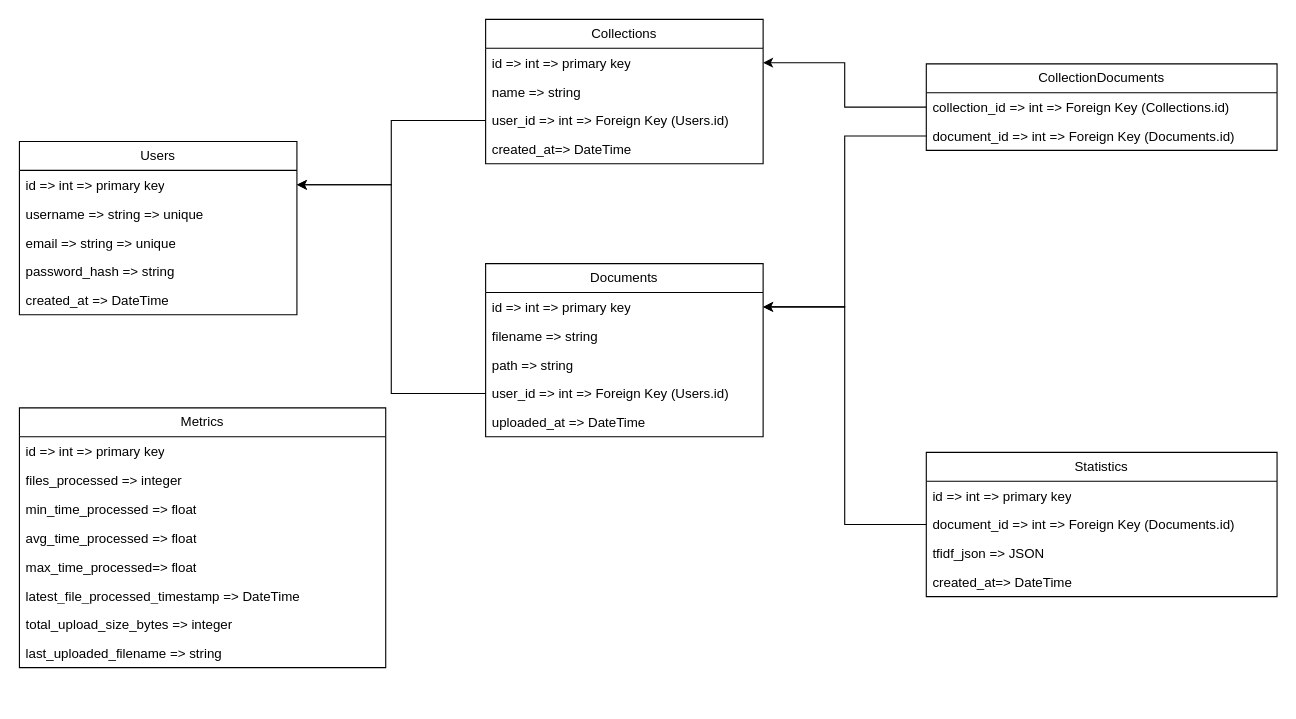
Azizbek-3D-Developer/East_Games_Projects keeps this draw.io diagram as EntranceTask/TF-IDF/db_schema/Db_Schema.drawio. Above is the earlier version. Source tidied: cells renumbered, new cells numbered last; positions are measured from the earlier drawing's top-left corner, leaving out a move shared by most shapes. Both pictures are drawn from the tidied source at 111%, with x=0, y=0 at pixel (19, 19).
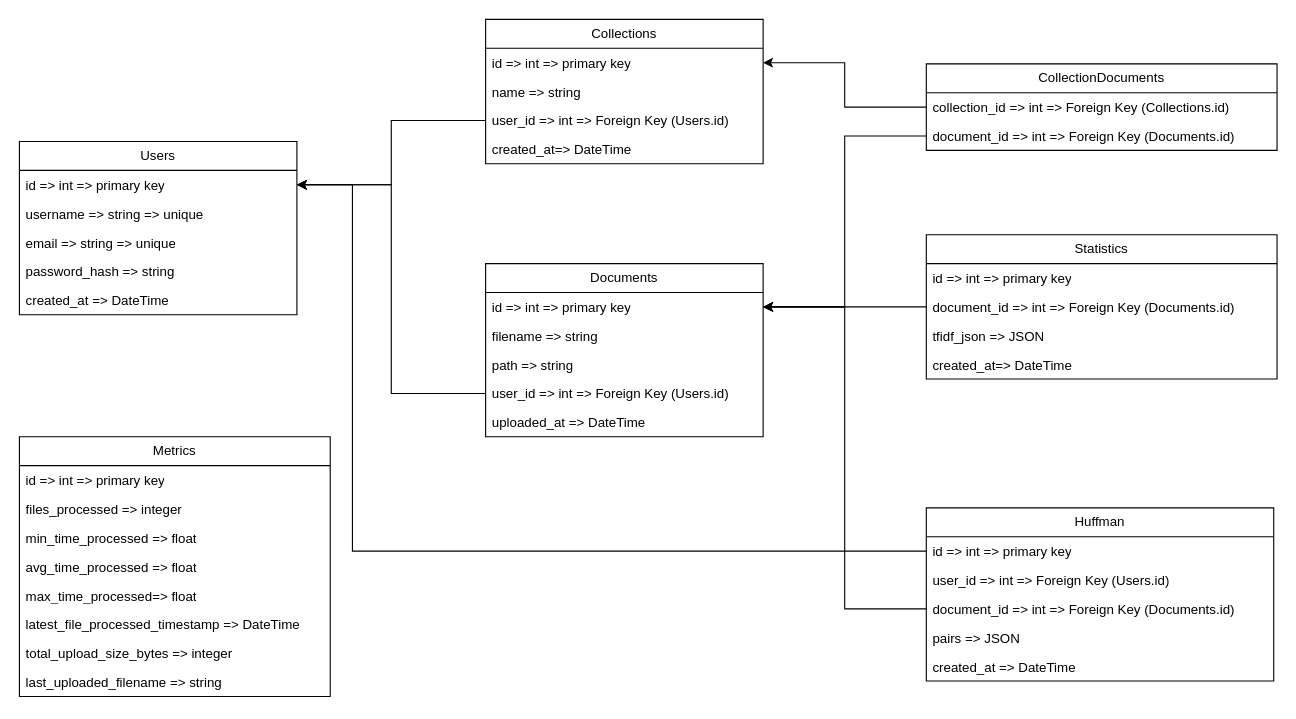
After the change.

The change refers to these unchanged cells:
```xml
<mxCell id="3" value="id =&amp;gt; int =&amp;gt; primary key" style="text;strokeColor=none;fillColor=none;align=left;verticalAlign=top;spacingLeft=4;spacingRight=4;overflow=hidden;points=[[0,0.5],[1,0.5]];portConstraint=eastwest;whiteSpace=wrap;html=1;" parent="2" vertex="1">
  <mxGeometry y="26" width="250" height="26" as="geometry" />
</mxCell>
<mxCell id="9" value="id =&amp;gt; int =&amp;gt; primary key" style="text;strokeColor=none;fillColor=none;align=left;verticalAlign=top;spacingLeft=4;spacingRight=4;overflow=hidden;points=[[0,0.5],[1,0.5]];portConstraint=eastwest;whiteSpace=wrap;html=1;" parent="8" vertex="1">
  <mxGeometry y="26" width="250" height="26" as="geometry" />
</mxCell>
```

What changed in the source:
```diff
@@
     <mxCell id="19" value="Statistics" style="swimlane;fontStyle=0;horizontal=1;startSize=26;fillColor=none;whiteSpace=wrap;html=1;" parent="1" vertex="1">
-      <mxGeometry x="817" y="390" width="316" height="130" as="geometry" />
+      <mxGeometry x="817" y="194" width="316" height="130" as="geometry" />
     </mxCell>
@@
     <mxCell id="32" value="Metrics" style="swimlane;fontStyle=0;horizontal=1;startSize=26;fillColor=none;whiteSpace=wrap;html=1;" parent="1" vertex="1">
-      <mxGeometry y="350" width="330" height="234" as="geometry" />
+      <mxGeometry y="376" width="280" height="234" as="geometry" />
     </mxCell>
     <mxCell id="33" value="id =&amp;gt; int =&amp;gt; primary key" style="text;strokeColor=none;fillColor=none;align=left;verticalAlign=top;spacingLeft=4;spacingRight=4;overflow=hidden;whiteSpace=wrap;html=1;" parent="32" vertex="1">
-      <mxGeometry y="26" width="330" height="26" as="geometry" />
+      <mxGeometry y="26" width="280" height="26" as="geometry" />
     </mxCell>
     <mxCell id="34" value="files_processed =&amp;gt; integer" style="text;strokeColor=none;fillColor=none;align=left;verticalAlign=top;spacingLeft=4;spacingRight=4;overflow=hidden;whiteSpace=wrap;html=1;" parent="32" vertex="1">
-      <mxGeometry y="52" width="330" height="26" as="geometry" />
+      <mxGeometry y="52" width="280" height="26" as="geometry" />
     </mxCell>
     <mxCell id="35" value="min_time_processed =&amp;gt; float" style="text;strokeColor=none;fillColor=none;align=left;verticalAlign=top;spacingLeft=4;spacingRight=4;overflow=hidden;whiteSpace=wrap;html=1;" parent="32" vertex="1">
-      <mxGeometry y="78" width="330" height="26" as="geometry" />
+      <mxGeometry y="78" width="280" height="26" as="geometry" />
     </mxCell>
     <mxCell id="36" value="avg_time_processed =&amp;gt; float" style="text;strokeColor=none;fillColor=none;align=left;verticalAlign=top;spacingLeft=4;spacingRight=4;overflow=hidden;whiteSpace=wrap;html=1;" parent="32" vertex="1">
-      <mxGeometry y="104" width="330" height="26" as="geometry" />
+      <mxGeometry y="104" width="280" height="26" as="geometry" />
     </mxCell>
     <mxCell id="37" value="max_time_processed=&amp;gt; float" style="text;strokeColor=none;fillColor=none;align=left;verticalAlign=top;spacingLeft=4;spacingRight=4;overflow=hidden;whiteSpace=wrap;html=1;" parent="32" vertex="1">
-      <mxGeometry y="130" width="330" height="26" as="geometry" />
+      <mxGeometry y="130" width="280" height="26" as="geometry" />
     </mxCell>
     <mxCell id="38" value="latest_file_processed_timestamp&amp;nbsp;=&amp;gt; DateTime" style="text;strokeColor=none;fillColor=none;align=left;verticalAlign=top;spacingLeft=4;spacingRight=4;overflow=hidden;whiteSpace=wrap;html=1;" parent="32" vertex="1">
-      <mxGeometry y="156" width="330" height="26" as="geometry" />
+      <mxGeometry y="156" width="280" height="26" as="geometry" />
     </mxCell>
     <mxCell id="39" value="total_upload_size_bytes =&amp;gt; integer" style="text;strokeColor=none;fillColor=none;align=left;verticalAlign=top;spacingLeft=4;spacingRight=4;overflow=hidden;whiteSpace=wrap;html=1;" parent="32" vertex="1">
-      <mxGeometry y="182" width="330" height="26" as="geometry" />
+      <mxGeometry y="182" width="280" height="26" as="geometry" />
     </mxCell>
     <mxCell id="40" value="last_uploaded_filename =&amp;gt; string" style="text;strokeColor=none;fillColor=none;align=left;verticalAlign=top;spacingLeft=4;spacingRight=4;overflow=hidden;whiteSpace=wrap;html=1;" parent="32" vertex="1">
-      <mxGeometry y="208" width="330" height="26" as="geometry" />
+      <mxGeometry y="208" width="280" height="26" as="geometry" />
     </mxCell>
+    <mxCell id="41" value="Huffman" style="swimlane;fontStyle=0;horizontal=1;startSize=26;fillColor=none;whiteSpace=wrap;html=1;" parent="1" vertex="1">
+      <mxGeometry x="817" y="440" width="313" height="156" as="geometry" />
+    </mxCell>
+    <mxCell id="42" value="id =&amp;gt; int =&amp;gt; primary key" style="text;strokeColor=none;fillColor=none;align=left;verticalAlign=top;spacingLeft=4;spacingRight=4;overflow=hidden;points=[[0,0.5],[1,0.5]];portConstraint=eastwest;whiteSpace=wrap;html=1;" parent="41" vertex="1">
+      <mxGeometry y="26" width="313" height="26" as="geometry" />
+    </mxCell>
+    <mxCell id="43" value="user_id =&amp;gt; int =&amp;gt; Foreign Key (Users.id)" style="text;strokeColor=none;fillColor=none;align=left;verticalAlign=top;spacingLeft=4;spacingRight=4;overflow=hidden;whiteSpace=wrap;html=1;" parent="41" vertex="1">
+      <mxGeometry y="52" width="313" height="26" as="geometry" />
+    </mxCell>
+    <mxCell id="44" value="document_id =&amp;gt; int =&amp;gt; Foreign Key (Documents.id)" style="text;strokeColor=none;fillColor=none;align=left;verticalAlign=top;spacingLeft=4;spacingRight=4;overflow=hidden;points=[[0,0.5],[1,0.5]];portConstraint=eastwest;whiteSpace=wrap;html=1;" parent="41" vertex="1">
+      <mxGeometry y="78" width="313" height="26" as="geometry" />
+    </mxCell>
+    <mxCell id="45" value="pairs =&amp;gt; JSON" style="text;strokeColor=none;fillColor=none;align=left;verticalAlign=top;spacingLeft=4;spacingRight=4;overflow=hidden;whiteSpace=wrap;html=1;" parent="41" vertex="1">
+      <mxGeometry y="104" width="313" height="26" as="geometry" />
+    </mxCell>
+    <mxCell id="46" value="created_at =&amp;gt; DateTime" style="text;strokeColor=none;fillColor=none;align=left;verticalAlign=top;spacingLeft=4;spacingRight=4;overflow=hidden;whiteSpace=wrap;html=1;" parent="41" vertex="1">
+      <mxGeometry y="130" width="313" height="26" as="geometry" />
+    </mxCell>
+    <mxCell id="47" style="edgeStyle=orthogonalEdgeStyle;rounded=0;jettySize=auto;html=1;entryX=1;entryY=0.5;entryDx=0;entryDy=0;" parent="1" edge="1" source="44" target="9">
+      <mxGeometry relative="1" as="geometry" />
+    </mxCell>
+    <mxCell id="48" style="edgeStyle=orthogonalEdgeStyle;rounded=0;jettySize=auto;html=1;entryX=1;entryY=0.5;entryDx=0;entryDy=0;" parent="1" edge="1" source="42" target="3">
+      <mxGeometry relative="1" as="geometry">
+        <Array as="points">
+          <mxPoint x="300" y="479" />
+          <mxPoint x="300" y="149" />
+        </Array>
+      </mxGeometry>
+    </mxCell>
```
